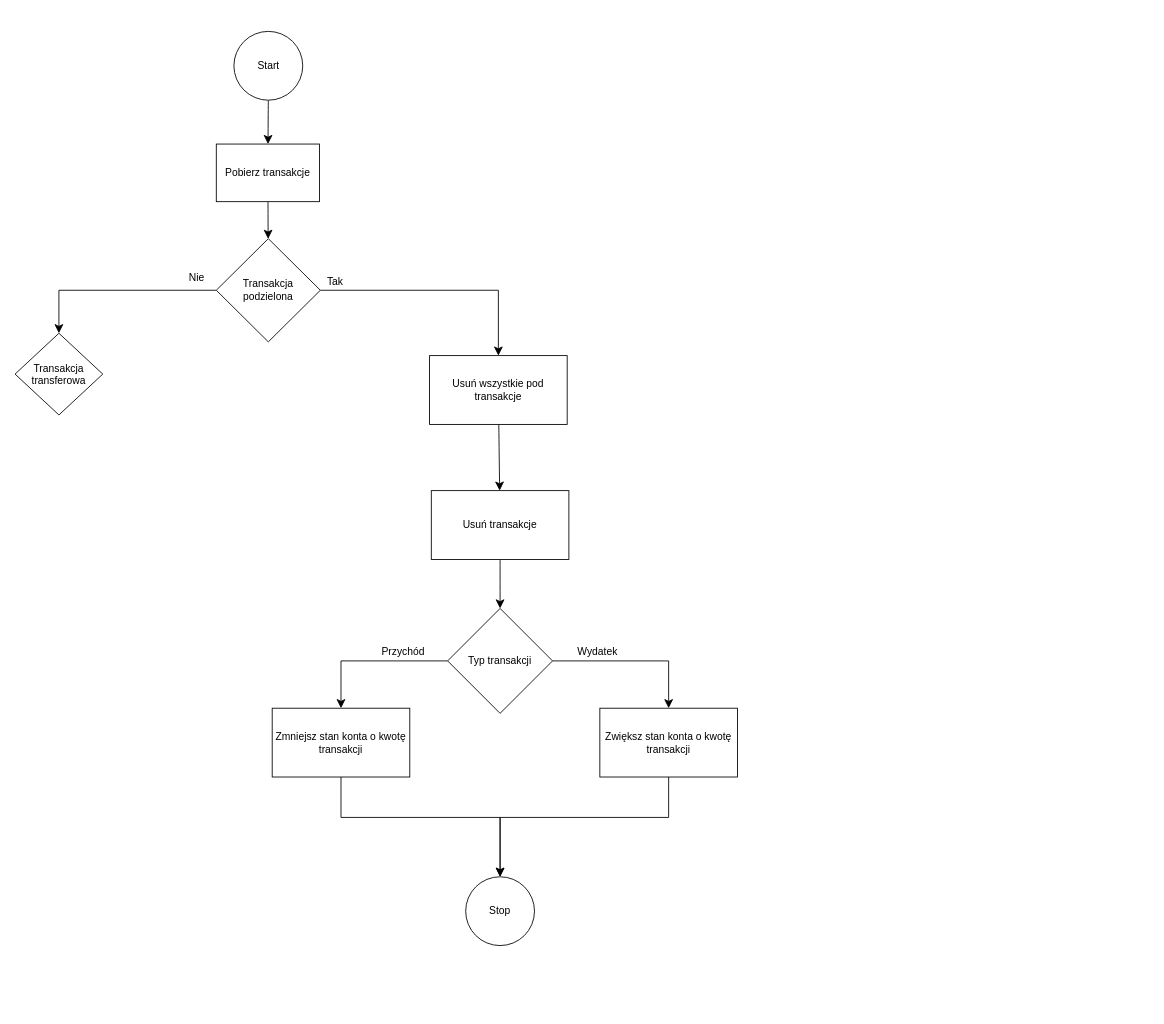
Before: UsuwanieTransakcji.drawio in Dymekk208j/Diagrams, a draw.io diagram. Source tidied: cells renumbered, new cells numbered last; positions are measured from the earlier drawing's top-left corner, leaving out a move shared by most shapes. Both pictures are drawn from the tidied source at 86%, with x=0, y=0 at pixel (15, 31).
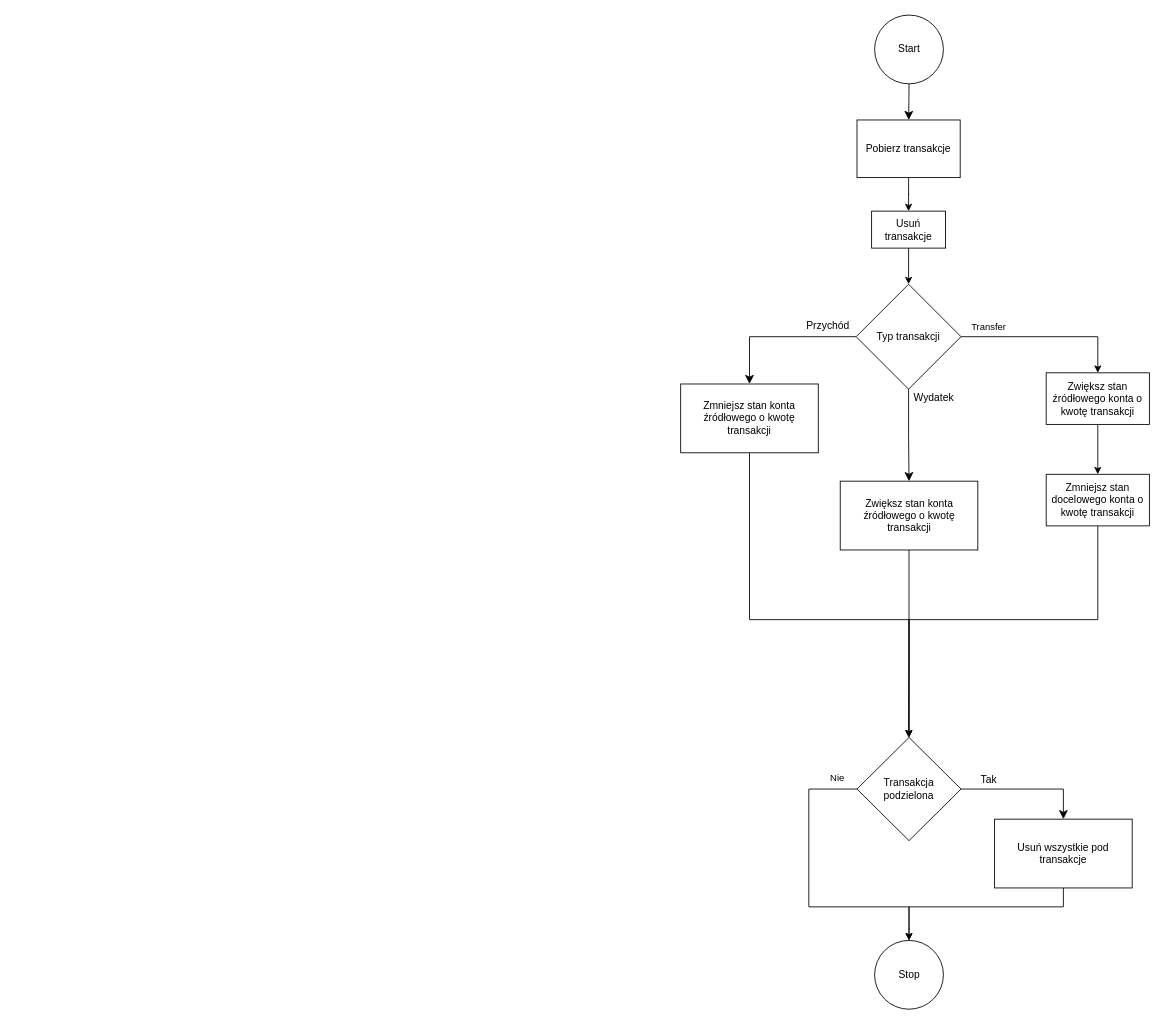
The same diagram, later.

What changed in the source:
```diff
@@
     <mxCell id="3" value="Start" style="ellipse;whiteSpace=wrap;html=1;direction=south;" parent="1" vertex="1">
-      <mxGeometry x="254.5" width="80" height="80" as="geometry" />
+      <mxGeometry x="999.5" y="-19" width="80" height="80" as="geometry" />
     </mxCell>
-    <mxCell id="4" style="edgeStyle=none;curved=1;rounded=0;jettySize=auto;html=1;fontSize=12;startSize=8;endSize=8;" parent="1" edge="1" source="5" target="9">
-      <mxGeometry relative="1" as="geometry" />
-    </mxCell>
+    <mxCell id="24" style="edgeStyle=orthogonalEdgeStyle;rounded=0;jettySize=auto;html=1;" parent="1" edge="1" source="5" target="14">
+      <mxGeometry relative="1" as="geometry" />
+    </mxCell>
     <mxCell id="5" value="Pobierz transakcje" style="whiteSpace=wrap;html=1;" parent="1" vertex="1">
-      <mxGeometry x="234" y="131" width="120" height="67" as="geometry" />
+      <mxGeometry x="979" y="103" width="120" height="67" as="geometry" />
     </mxCell>
     <mxCell id="6" value="Tak" style="rounded=0;jettySize=auto;html=1;entryX=0.5;entryY=0;entryDx=0;entryDy=0;fontSize=12;startSize=8;endSize=8;edgeStyle=orthogonalEdgeStyle;" parent="1" edge="1" source="9" target="11">
-      <mxGeometry x="-0.88" y="10" relative="1" as="geometry" />
+      <mxGeometry x="-0.58" y="11" relative="1" as="geometry" />
     </mxCell>
-    <mxCell id="7" style="edgeStyle=orthogonalEdgeStyle;rounded=0;jettySize=auto;html=1;entryX=0.5;entryY=0;entryDx=0;entryDy=0;fontSize=12;startSize=8;endSize=8;" parent="1" edge="1" source="9" target="12">
-      <mxGeometry relative="1" as="geometry">
-        <Array as="points">
-          <mxPoint x="51" y="301" />
-        </Array>
-      </mxGeometry>
-    </mxCell>
+    <mxCell id="25" style="edgeStyle=orthogonalEdgeStyle;rounded=0;jettySize=auto;html=1;entryX=0.5;entryY=0;entryDx=0;entryDy=0;exitX=0;exitY=0.5;exitDx=0;exitDy=0;" parent="1" edge="1" source="9" target="23">
+      <mxGeometry relative="1" as="geometry">
+        <Array as="points">
+          <mxPoint x="923" y="881" />
+          <mxPoint x="923" y="1018" />
+          <mxPoint x="1040" y="1018" />
+        </Array>
+      </mxGeometry>
+    </mxCell>
-    <mxCell id="8" value="Nie" style="edgeLabel;html=1;align=center;verticalAlign=middle;fontSize=12;" parent="7" vertex="1">
-      <mxGeometry x="-0.36" relative="1" as="geometry">
-        <mxPoint x="51" y="-15" as="offset" />
+    <mxCell id="8" value="Nie" style="edgeLabel;html=1;align=center;verticalAlign=middle;" parent="25" vertex="1">
+      <mxGeometry x="-0.86" y="-1" relative="1" as="geometry">
+        <mxPoint y="-13" as="offset" />
       </mxGeometry>
     </mxCell>
     <mxCell id="9" value="Transakcja podzielona" style="rhombus;whiteSpace=wrap;html=1;" parent="1" vertex="1">
-      <mxGeometry x="234" y="241" width="121" height="120" as="geometry" />
+      <mxGeometry x="979" y="821" width="121" height="120" as="geometry" />
     </mxCell>
-    <mxCell id="10" style="edgeStyle=none;curved=1;rounded=0;jettySize=auto;html=1;fontSize=12;startSize=8;endSize=8;" parent="1" edge="1" source="11" target="14">
-      <mxGeometry relative="1" as="geometry" />
-    </mxCell>
+    <mxCell id="26" style="edgeStyle=orthogonalEdgeStyle;rounded=0;jettySize=auto;html=1;entryX=0.5;entryY=0;entryDx=0;entryDy=0;" parent="1" edge="1" source="11" target="23">
+      <mxGeometry relative="1" as="geometry">
+        <Array as="points">
+          <mxPoint x="1219" y="1018" />
+          <mxPoint x="1040" y="1018" />
+        </Array>
+      </mxGeometry>
+    </mxCell>
     <mxCell id="11" value="Usuń wszystkie pod transakcje" style="rounded=0;whiteSpace=wrap;html=1;" parent="1" vertex="1">
-      <mxGeometry x="482" y="377" width="160" height="80" as="geometry" />
+      <mxGeometry x="1139" y="916" width="160" height="80" as="geometry" />
     </mxCell>
-    <mxCell id="12" value="Transakcja transferowa" style="rhombus;whiteSpace=wrap;html=1;" parent="1" vertex="1">
-      <mxGeometry y="351" width="102" height="95" as="geometry" />
-    </mxCell>
-    <mxCell id="13" style="edgeStyle=none;curved=1;rounded=0;jettySize=auto;html=1;fontSize=12;startSize=8;endSize=8;" parent="1" edge="1" source="14" target="18">
-      <mxGeometry relative="1" as="geometry" />
-    </mxCell>
-    <mxCell id="14" value="Usuń transakcje" style="rounded=0;whiteSpace=wrap;html=1;" parent="1" vertex="1">
-      <mxGeometry x="484" y="534" width="160" height="80" as="geometry" />
-    </mxCell>
-    <mxCell id="15" style="edgeStyle=orthogonalEdgeStyle;rounded=0;jettySize=auto;html=1;entryX=0.5;entryY=0;entryDx=0;entryDy=0;fontSize=12;startSize=8;endSize=8;" parent="1" edge="1" source="18" target="20">
+    <mxCell id="15" style="edgeStyle=orthogonalEdgeStyle;rounded=0;jettySize=auto;html=1;entryX=0.5;entryY=0;entryDx=0;entryDy=0;fontSize=12;startSize=8;endSize=8;exitX=0.5;exitY=1;exitDx=0;exitDy=0;" parent="1" edge="1" source="18" target="20">
       <mxGeometry relative="1" as="geometry" />
     </mxCell>
     <mxCell id="16" value="Wydatek" style="edgeLabel;html=1;align=center;verticalAlign=middle;fontSize=12;" parent="15" vertex="1">
       <mxGeometry x="-0.49" y="-1" relative="1" as="geometry">
-        <mxPoint x="3" y="-12" as="offset" />
+        <mxPoint x="29" y="-18" as="offset" />
       </mxGeometry>
     </mxCell>
     <mxCell id="17" value="Przychód" style="edgeStyle=orthogonalEdgeStyle;rounded=0;jettySize=auto;html=1;entryX=0.5;entryY=0;entryDx=0;entryDy=0;fontSize=12;startSize=8;endSize=8;" parent="1" edge="1" source="18" target="22">
-      <mxGeometry x="-0.42" y="-10" relative="1" as="geometry" />
+      <mxGeometry x="-0.63" y="-12" relative="1" as="geometry" />
     </mxCell>
+    <mxCell id="27" style="edgeStyle=orthogonalEdgeStyle;rounded=0;jettySize=auto;html=1;entryX=0.5;entryY=0;entryDx=0;entryDy=0;" parent="1" edge="1" source="18" target="33">
+      <mxGeometry relative="1" as="geometry" />
+    </mxCell>
+    <mxCell id="28" value="Transfer" style="edgeLabel;html=1;align=center;verticalAlign=middle;" parent="27" vertex="1">
+      <mxGeometry x="-0.57" y="1" relative="1" as="geometry">
+        <mxPoint x="-12" y="-11" as="offset" />
+      </mxGeometry>
+    </mxCell>
     <mxCell id="18" value="Typ transakcji" style="rhombus;whiteSpace=wrap;html=1;" parent="1" vertex="1">
-      <mxGeometry x="503" y="671" width="122" height="122" as="geometry" />
+      <mxGeometry x="978" y="294" width="122" height="122" as="geometry" />
     </mxCell>
-    <mxCell id="19" style="edgeStyle=orthogonalEdgeStyle;rounded=0;jettySize=auto;html=1;entryX=0.5;entryY=0;entryDx=0;entryDy=0;fontSize=12;startSize=8;endSize=8;" parent="1" edge="1" source="20" target="23">
-      <mxGeometry relative="1" as="geometry">
-        <Array as="points">
-          <mxPoint x="760" y="914" />
-          <mxPoint x="564" y="914" />
-        </Array>
-      </mxGeometry>
-    </mxCell>
+    <mxCell id="29" style="edgeStyle=orthogonalEdgeStyle;rounded=0;jettySize=auto;html=1;entryX=0.496;entryY=0;entryDx=0;entryDy=0;entryPerimeter=0;" parent="1" edge="1" source="20" target="9">
+      <mxGeometry relative="1" as="geometry" />
+    </mxCell>
-    <mxCell id="20" value="Zwiększ stan konta o kwotę transakcji" style="rounded=0;whiteSpace=wrap;html=1;" parent="1" vertex="1">
-      <mxGeometry x="680" y="787" width="160" height="80" as="geometry" />
+    <mxCell id="20" value="Zwiększ stan konta źródłowego&amp;nbsp;&lt;span style=&quot;background-color: transparent; color: light-dark(rgb(0, 0, 0), rgb(255, 255, 255));&quot;&gt;o kwotę transakcji&lt;/span&gt;" style="rounded=0;whiteSpace=wrap;html=1;" parent="1" vertex="1">
+      <mxGeometry x="959.5" y="523" width="160" height="80" as="geometry" />
     </mxCell>
-    <mxCell id="21" style="edgeStyle=orthogonalEdgeStyle;rounded=0;jettySize=auto;html=1;entryX=0.5;entryY=0;entryDx=0;entryDy=0;fontSize=12;startSize=8;endSize=8;" parent="1" edge="1" source="22" target="23">
-      <mxGeometry relative="1" as="geometry">
-        <Array as="points">
-          <mxPoint x="379" y="914" />
-          <mxPoint x="564" y="914" />
-        </Array>
-      </mxGeometry>
-    </mxCell>
+    <mxCell id="30" style="edgeStyle=orthogonalEdgeStyle;rounded=0;jettySize=auto;html=1;entryX=0.5;entryY=0;entryDx=0;entryDy=0;" parent="1" edge="1" source="22" target="9">
+      <mxGeometry relative="1" as="geometry">
+        <Array as="points">
+          <mxPoint x="854" y="684" />
+          <mxPoint x="1040" y="684" />
+        </Array>
+      </mxGeometry>
+    </mxCell>
-    <mxCell id="22" value="Zmniejsz stan konta o kwotę transakcji" style="rounded=0;whiteSpace=wrap;html=1;" parent="1" vertex="1">
-      <mxGeometry x="299" y="787" width="160" height="80" as="geometry" />
+    <mxCell id="22" value="Zmniejsz stan konta źródłowego o kwotę transakcji" style="rounded=0;whiteSpace=wrap;html=1;" parent="1" vertex="1">
+      <mxGeometry x="774" y="410" width="160" height="80" as="geometry" />
     </mxCell>
     <mxCell id="23" value="Stop" style="ellipse;whiteSpace=wrap;html=1;" parent="1" vertex="1">
-      <mxGeometry x="524" y="983" width="80" height="80" as="geometry" />
+      <mxGeometry x="999.5" y="1057" width="80" height="80" as="geometry" />
     </mxCell>
+    <mxCell id="31" style="edgeStyle=orthogonalEdgeStyle;rounded=0;orthogonalLoop=1;jettySize=auto;html=1;" parent="1" edge="1">
+      <mxGeometry relative="1" as="geometry">
+        <mxPoint x="-183" y="606" as="sourcePoint" />
+      </mxGeometry>
+    </mxCell>
+    <mxCell id="13" style="edgeStyle=orthogonalEdgeStyle;rounded=0;jettySize=auto;html=1;" parent="1" edge="1" source="14" target="18">
+      <mxGeometry relative="1" as="geometry" />
+    </mxCell>
+    <mxCell id="14" value="Usuń transakcje" style="rounded=0;whiteSpace=wrap;html=1;" parent="1" vertex="1">
+      <mxGeometry x="996" y="209" width="86" height="43" as="geometry" />
+    </mxCell>
+    <mxCell id="32" style="edgeStyle=orthogonalEdgeStyle;rounded=0;jettySize=auto;html=1;" parent="1" edge="1" source="33" target="35">
+      <mxGeometry relative="1" as="geometry" />
+    </mxCell>
+    <mxCell id="33" value="Zwiększ stan źródłowego konta o kwotę transakcji" style="rounded=0;whiteSpace=wrap;html=1;" parent="1" vertex="1">
+      <mxGeometry x="1199" y="397" width="120" height="60" as="geometry" />
+    </mxCell>
+    <mxCell id="34" style="edgeStyle=orthogonalEdgeStyle;rounded=0;jettySize=auto;html=1;entryX=0.5;entryY=0;entryDx=0;entryDy=0;" parent="1" edge="1" source="35" target="9">
+      <mxGeometry relative="1" as="geometry">
+        <Array as="points">
+          <mxPoint x="1259" y="684" />
+          <mxPoint x="1040" y="684" />
+        </Array>
+      </mxGeometry>
+    </mxCell>
+    <mxCell id="35" value="Zmniejsz stan docelowego konta o kwotę transakcji" style="rounded=0;whiteSpace=wrap;html=1;" parent="1" vertex="1">
+      <mxGeometry x="1199" y="515" width="120" height="60" as="geometry" />
+    </mxCell>
```
